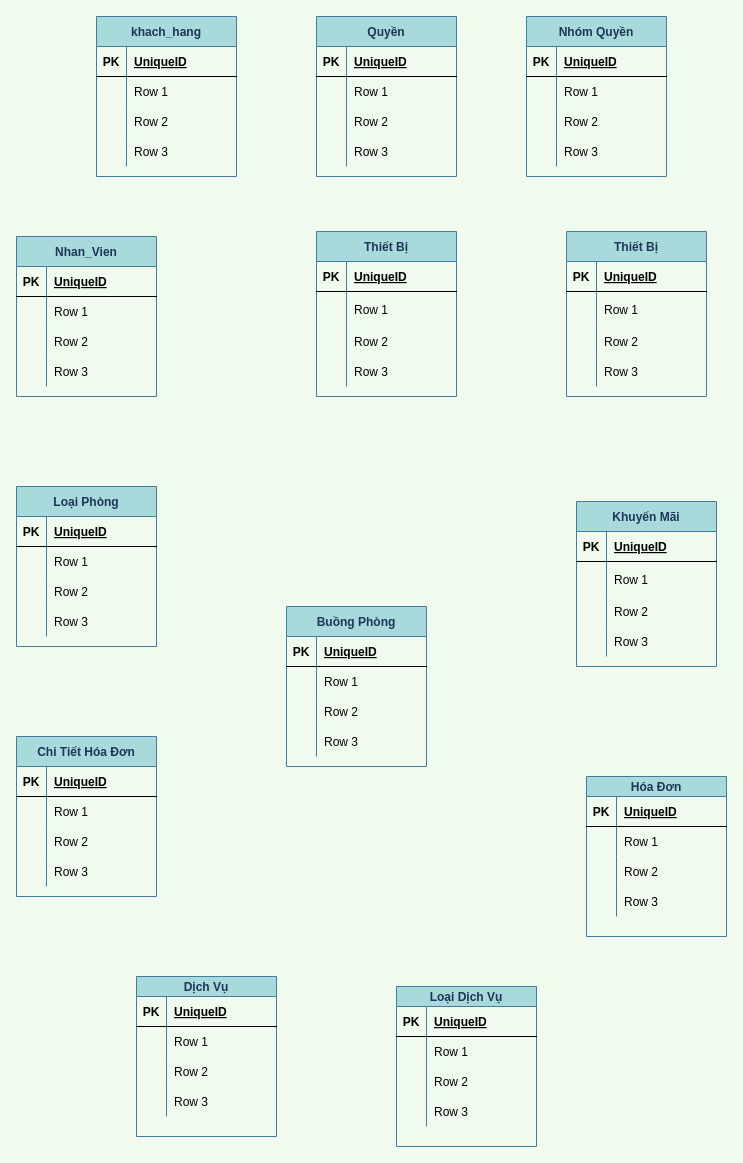
Earlier version of the draw.io diagram Untitled Diagram.drawio (maialino123/QLKS). Source tidied: cells renumbered, new cells numbered last; positions are measured from the earlier drawing's top-left corner, leaving out a move shared by most shapes. Both pictures are drawn from the tidied source at 100%, with x=0, y=0 at pixel (16, 16).
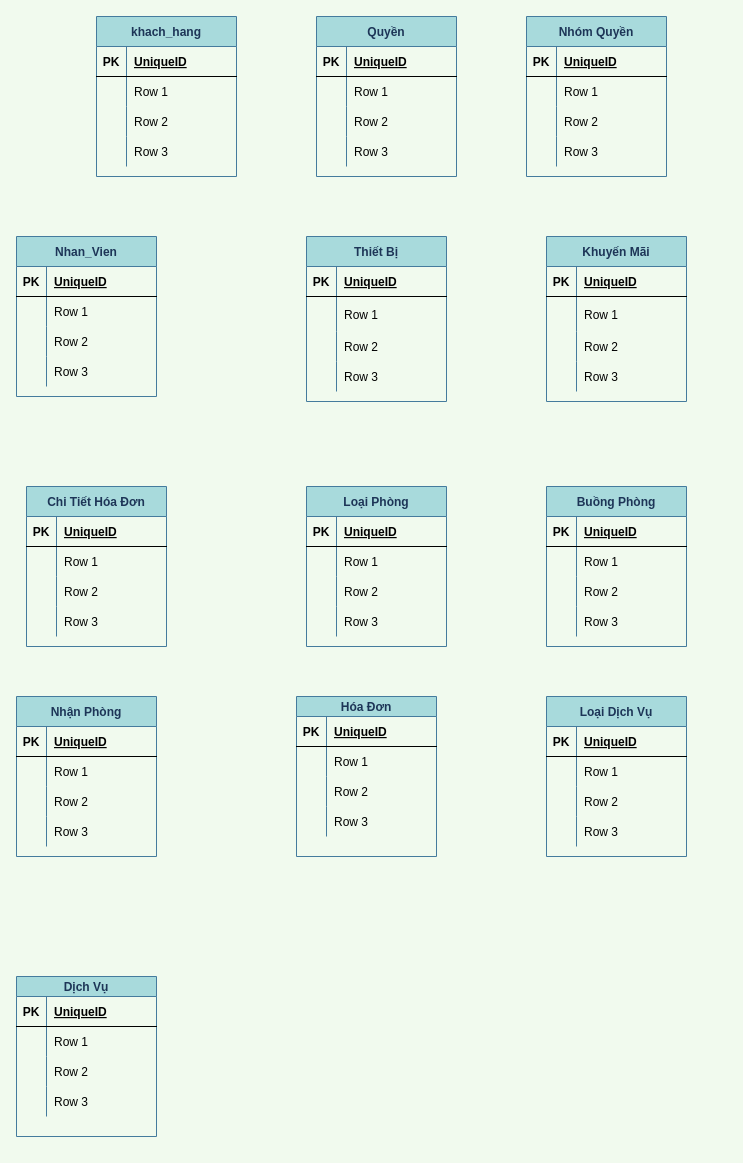
Above is the later version.

What changed in the source:
```diff
@@
     <mxCell id="28" value="Buồng Phòng" style="shape=table;startSize=30;childLayout=tableLayout;rowLines=0;fontStyle=1;align=center;strokeColor=#457B9D;fillColor=#A8DADC;fontColor=#1D3557;" parent="1" vertex="1">
-      <mxGeometry x="270" y="590" width="140" height="160" as="geometry" />
+      <mxGeometry x="530" y="470" width="140" height="160" as="geometry" />
     </mxCell>
@@
     <mxCell id="41" value="Hóa Đơn" style="shape=table;startSize=20;childLayout=tableLayout;rowLines=0;fontStyle=1;align=center;strokeColor=#457B9D;fillColor=#A8DADC;fontColor=#1D3557;" parent="1" vertex="1">
-      <mxGeometry x="570" y="760" width="140" height="160" as="geometry" />
+      <mxGeometry x="280" y="680" width="140" height="160" as="geometry" />
     </mxCell>
@@
     <mxCell id="54" value="Loại Phòng" style="shape=table;startSize=30;childLayout=tableLayout;rowLines=0;fontStyle=1;align=center;strokeColor=#457B9D;fillColor=#A8DADC;fontColor=#1D3557;" parent="1" vertex="1">
-      <mxGeometry y="470" width="140" height="160" as="geometry" />
+      <mxGeometry x="290" y="470" width="140" height="160" as="geometry" />
     </mxCell>
@@
     <mxCell id="67" value="Chi Tiết Hóa Đơn" style="shape=table;startSize=30;childLayout=tableLayout;rowLines=0;fontStyle=1;align=center;strokeColor=#457B9D;fillColor=#A8DADC;fontColor=#1D3557;" parent="1" vertex="1">
-      <mxGeometry y="720" width="140" height="160" as="geometry" />
+      <mxGeometry x="10" y="470" width="140" height="160" as="geometry" />
     </mxCell>
@@
-    <mxCell id="80" value="Thiết Bị" style="shape=table;startSize=30;childLayout=tableLayout;rowLines=0;fontStyle=1;align=center;strokeColor=#457B9D;fillColor=#A8DADC;fontColor=#1D3557;" parent="1" vertex="1">
-      <mxGeometry x="300" y="215" width="140" height="165" as="geometry" />
-    </mxCell>
-    <mxCell id="81" style="shape=partialRectangle;fillColor=none;top=0;left=0;bottom=1;right=0;" parent="80" vertex="1">
-      <mxGeometry y="30" width="140" height="30" as="geometry" />
-    </mxCell>
-    <mxCell id="82" value="PK" style="shape=partialRectangle;fillColor=none;top=0;left=0;bottom=0;right=0;fontStyle=1;overflow=hidden;" parent="81" vertex="1">
-      <mxGeometry width="30" height="30" as="geometry" />
-    </mxCell>
-    <mxCell id="83" value="UniqueID" style="shape=partialRectangle;fillColor=none;top=0;left=0;bottom=0;right=0;align=left;spacingLeft=6;fontStyle=5;overflow=hidden;" parent="81" vertex="1">
-      <mxGeometry x="30" width="110" height="30" as="geometry" />
-    </mxCell>
-    <mxCell id="84" style="shape=partialRectangle;fillColor=none;top=0;left=0;bottom=0;right=0;" parent="80" vertex="1">
-      <mxGeometry y="60" width="140" height="35" as="geometry" />
-    </mxCell>
-    <mxCell id="85" style="shape=partialRectangle;fillColor=none;top=0;left=0;bottom=0;right=0;overflow=hidden;" parent="84" vertex="1">
-      <mxGeometry width="30" height="35" as="geometry" />
-    </mxCell>
-    <mxCell id="86" value="Row 1" style="shape=partialRectangle;fillColor=none;top=0;left=0;bottom=0;right=0;align=left;spacingLeft=6;overflow=hidden;" parent="84" vertex="1">
-      <mxGeometry x="30" width="110" height="35" as="geometry" />
-    </mxCell>
-    <mxCell id="87" style="shape=partialRectangle;fillColor=none;top=0;left=0;bottom=0;right=0;" parent="80" vertex="1">
-      <mxGeometry y="95" width="140" height="30" as="geometry" />
-    </mxCell>
-    <mxCell id="88" style="shape=partialRectangle;fillColor=none;top=0;left=0;bottom=0;right=0;overflow=hidden;" parent="87" vertex="1">
-      <mxGeometry width="30" height="30" as="geometry" />
-    </mxCell>
-    <mxCell id="89" value="Row 2" style="shape=partialRectangle;fillColor=none;top=0;left=0;bottom=0;right=0;align=left;spacingLeft=6;overflow=hidden;" parent="87" vertex="1">
-      <mxGeometry x="30" width="110" height="30" as="geometry" />
-    </mxCell>
-    <mxCell id="90" style="shape=partialRectangle;fillColor=none;top=0;left=0;bottom=0;right=0;" parent="80" vertex="1">
-      <mxGeometry y="125" width="140" height="30" as="geometry" />
-    </mxCell>
-    <mxCell id="91" style="shape=partialRectangle;fillColor=none;top=0;left=0;bottom=0;right=0;overflow=hidden;" parent="90" vertex="1">
-      <mxGeometry width="30" height="30" as="geometry" />
-    </mxCell>
-    <mxCell id="92" value="Row 3" style="shape=partialRectangle;fillColor=none;top=0;left=0;bottom=0;right=0;align=left;spacingLeft=6;overflow=hidden;" parent="90" vertex="1">
-      <mxGeometry x="30" width="110" height="30" as="geometry" />
-    </mxCell>
     <mxCell id="93" value="Thiết Bị" style="shape=table;startSize=30;childLayout=tableLayout;rowLines=0;fontStyle=1;align=center;strokeColor=#457B9D;fillColor=#A8DADC;fontColor=#1D3557;" parent="1" vertex="1">
-      <mxGeometry x="550" y="215" width="140" height="165" as="geometry" />
+      <mxGeometry x="290" y="220" width="140" height="165" as="geometry" />
     </mxCell>
@@
     <mxCell id="106" value="Khuyến Mãi" style="shape=table;startSize=30;childLayout=tableLayout;rowLines=0;fontStyle=1;align=center;strokeColor=#457B9D;fillColor=#A8DADC;fontColor=#1D3557;" parent="1" vertex="1">
-      <mxGeometry x="560" y="485" width="140" height="165" as="geometry" />
+      <mxGeometry x="530" y="220" width="140" height="165" as="geometry" />
     </mxCell>
@@
     <mxCell id="145" value="Dịch Vụ" style="shape=table;startSize=20;childLayout=tableLayout;rowLines=0;fontStyle=1;align=center;strokeColor=#457B9D;fillColor=#A8DADC;fontColor=#1D3557;" parent="1" vertex="1">
-      <mxGeometry x="120" y="960" width="140" height="160" as="geometry" />
+      <mxGeometry y="960" width="140" height="160" as="geometry" />
     </mxCell>
@@
-    <mxCell id="158" value="Loại Dịch Vụ" style="shape=table;startSize=20;childLayout=tableLayout;rowLines=0;fontStyle=1;align=center;strokeColor=#457B9D;fillColor=#A8DADC;fontColor=#1D3557;" parent="1" vertex="1">
-      <mxGeometry x="380" y="970" width="140" height="160" as="geometry" />
+    <mxCell id="158" value="Loại Dịch Vụ" style="shape=table;startSize=30;childLayout=tableLayout;rowLines=0;fontStyle=1;align=center;strokeColor=#457B9D;fillColor=#A8DADC;fontColor=#1D3557;" parent="1" vertex="1">
+      <mxGeometry x="530" y="680" width="140" height="160" as="geometry" />
     </mxCell>
     <mxCell id="159" style="shape=partialRectangle;fillColor=none;top=0;left=0;bottom=1;right=0;" parent="158" vertex="1">
-      <mxGeometry y="20" width="140" height="30" as="geometry" />
+      <mxGeometry y="30" width="140" height="30" as="geometry" />
     </mxCell>
@@
     <mxCell id="162" style="shape=partialRectangle;fillColor=none;top=0;left=0;bottom=0;right=0;" parent="158" vertex="1">
-      <mxGeometry y="50" width="140" height="30" as="geometry" />
+      <mxGeometry y="60" width="140" height="30" as="geometry" />
     </mxCell>
@@
     <mxCell id="165" style="shape=partialRectangle;fillColor=none;top=0;left=0;bottom=0;right=0;" parent="158" vertex="1">
-      <mxGeometry y="80" width="140" height="30" as="geometry" />
+      <mxGeometry y="90" width="140" height="30" as="geometry" />
     </mxCell>
@@
     <mxCell id="168" style="shape=partialRectangle;fillColor=none;top=0;left=0;bottom=0;right=0;" parent="158" vertex="1">
-      <mxGeometry y="110" width="140" height="30" as="geometry" />
+      <mxGeometry y="120" width="140" height="30" as="geometry" />
     </mxCell>
@@
+    <mxCell id="171" value="Nhận Phòng" style="shape=table;startSize=30;childLayout=tableLayout;rowLines=0;fontStyle=1;align=center;strokeColor=#457B9D;fillColor=#A8DADC;fontColor=#1D3557;" parent="1" vertex="1">
+      <mxGeometry y="680" width="140" height="160" as="geometry" />
+    </mxCell>
+    <mxCell id="81" style="shape=partialRectangle;fillColor=none;top=0;left=0;bottom=1;right=0;" parent="171" vertex="1">
+      <mxGeometry y="30" width="140" height="30" as="geometry" />
+    </mxCell>
+    <mxCell id="82" value="PK" style="shape=partialRectangle;fillColor=none;top=0;left=0;bottom=0;right=0;fontStyle=1;overflow=hidden;" parent="81" vertex="1">
+      <mxGeometry width="30" height="30" as="geometry" />
+    </mxCell>
+    <mxCell id="83" value="UniqueID" style="shape=partialRectangle;fillColor=none;top=0;left=0;bottom=0;right=0;align=left;spacingLeft=6;fontStyle=5;overflow=hidden;" parent="81" vertex="1">
+      <mxGeometry x="30" width="110" height="30" as="geometry" />
+    </mxCell>
+    <mxCell id="172" style="shape=partialRectangle;fillColor=none;top=0;left=0;bottom=0;right=0;" parent="171" vertex="1">
+      <mxGeometry y="60" width="140" height="30" as="geometry" />
+    </mxCell>
+    <mxCell id="173" style="shape=partialRectangle;fillColor=none;top=0;left=0;bottom=0;right=0;overflow=hidden;" parent="172" vertex="1">
+      <mxGeometry width="30" height="30" as="geometry" />
+    </mxCell>
+    <mxCell id="86" value="Row 1" style="shape=partialRectangle;fillColor=none;top=0;left=0;bottom=0;right=0;align=left;spacingLeft=6;overflow=hidden;" parent="172" vertex="1">
+      <mxGeometry x="30" width="110" height="30" as="geometry" />
+    </mxCell>
+    <mxCell id="174" style="shape=partialRectangle;fillColor=none;top=0;left=0;bottom=0;right=0;" parent="171" vertex="1">
+      <mxGeometry y="90" width="140" height="30" as="geometry" />
+    </mxCell>
+    <mxCell id="175" style="shape=partialRectangle;fillColor=none;top=0;left=0;bottom=0;right=0;overflow=hidden;" parent="174" vertex="1">
+      <mxGeometry width="30" height="30" as="geometry" />
+    </mxCell>
+    <mxCell id="89" value="Row 2" style="shape=partialRectangle;fillColor=none;top=0;left=0;bottom=0;right=0;align=left;spacingLeft=6;overflow=hidden;" parent="174" vertex="1">
+      <mxGeometry x="30" width="110" height="30" as="geometry" />
+    </mxCell>
+    <mxCell id="176" style="shape=partialRectangle;fillColor=none;top=0;left=0;bottom=0;right=0;" parent="171" vertex="1">
+      <mxGeometry y="120" width="140" height="30" as="geometry" />
+    </mxCell>
+    <mxCell id="177" style="shape=partialRectangle;fillColor=none;top=0;left=0;bottom=0;right=0;overflow=hidden;" parent="176" vertex="1">
+      <mxGeometry width="30" height="30" as="geometry" />
+    </mxCell>
+    <mxCell id="92" value="Row 3" style="shape=partialRectangle;fillColor=none;top=0;left=0;bottom=0;right=0;align=left;spacingLeft=6;overflow=hidden;" parent="176" vertex="1">
+      <mxGeometry x="30" width="110" height="30" as="geometry" />
+    </mxCell>
```
